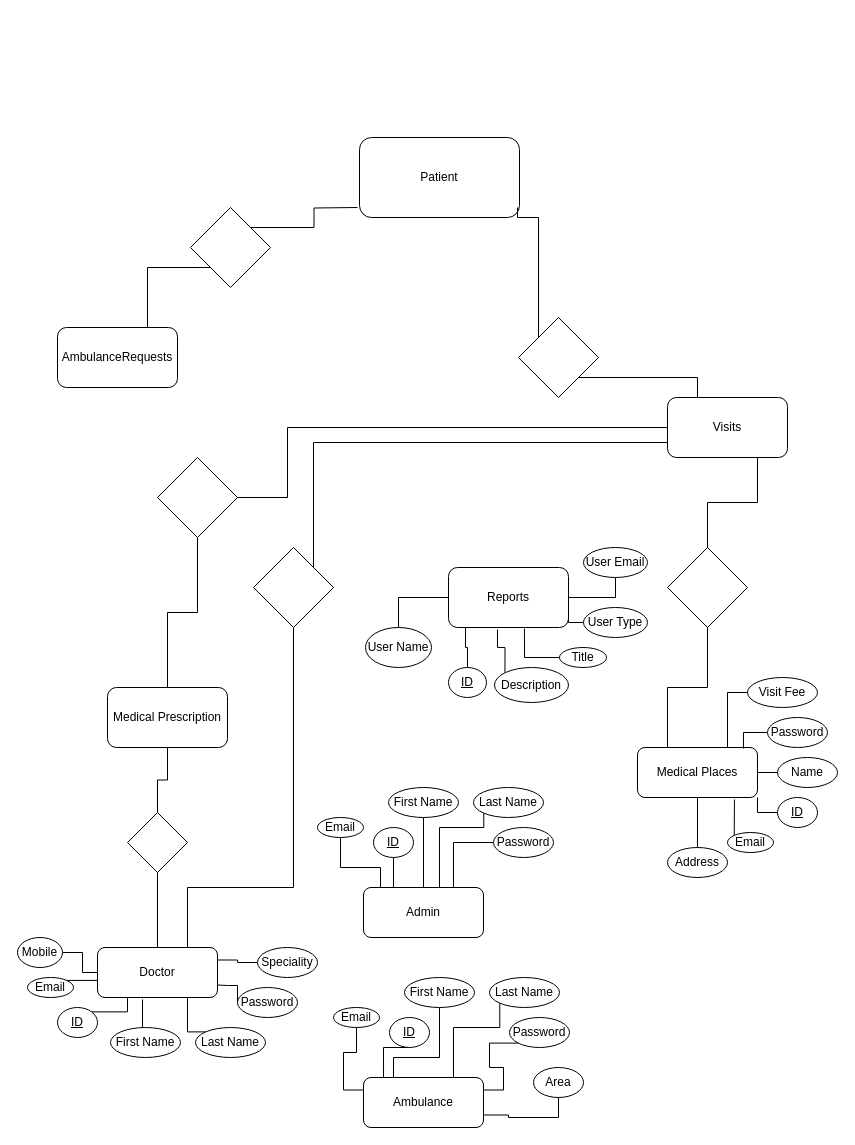
Before: ERD.drawio in abdelrahmanbonna/Healthy_Shield_Analysis, a draw.io diagram. Source tidied: cells renumbered, new cells numbered last; positions are measured from the earlier drawing's top-left corner, leaving out a move shared by most shapes. Both pictures are drawn from the tidied source at 100%, with x=0, y=0 at pixel (17, 137).
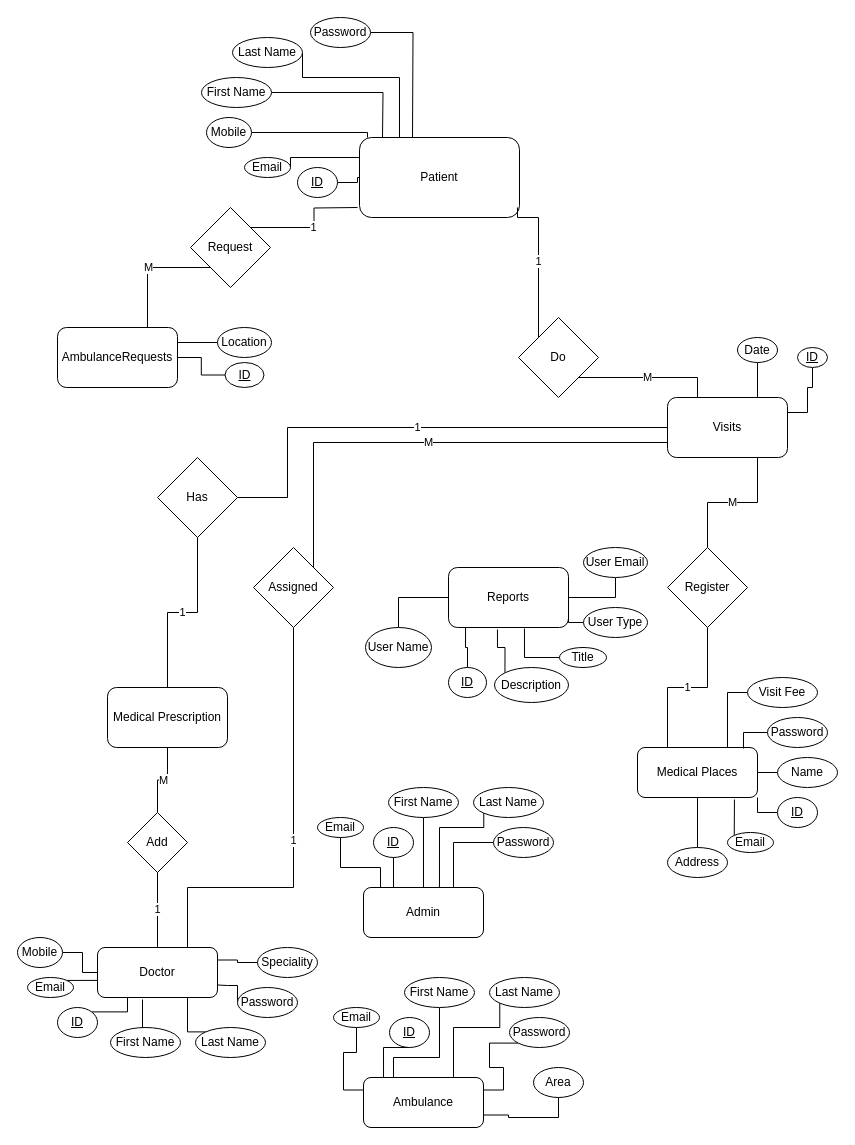
The same diagram, later.

Unchanged cells that the change refers to:
```xml
<mxCell id="2" value="Patient" style="rounded=1;whiteSpace=wrap;html=1;" parent="1" vertex="1">
  <mxGeometry x="342" width="160" height="80" as="geometry" />
</mxCell>
<mxCell id="6" value="Doctor" style="rounded=1;whiteSpace=wrap;html=1;" parent="1" vertex="1">
  <mxGeometry x="80" y="810" width="120" height="50" as="geometry" />
</mxCell>
<mxCell id="7" value="Medical Places" style="rounded=1;whiteSpace=wrap;html=1;" parent="1" vertex="1">
  <mxGeometry x="620" y="610" width="120" height="50" as="geometry" />
</mxCell>
<mxCell id="8" value="AmbulanceRequests" style="rounded=1;whiteSpace=wrap;html=1;" parent="1" vertex="1">
  <mxGeometry x="40" y="190" width="120" height="60" as="geometry" />
</mxCell>
<mxCell id="10" value="Visits" style="rounded=1;whiteSpace=wrap;html=1;" parent="1" vertex="1">
  <mxGeometry x="650" y="260" width="120" height="60" as="geometry" />
</mxCell>
<mxCell id="11" value="Medical Prescription" style="rounded=1;whiteSpace=wrap;html=1;" parent="1" vertex="1">
  <mxGeometry x="90" y="550" width="120" height="60" as="geometry" />
</mxCell>
```

The edit, as a diff of the source:
```diff
@@
-    <mxCell id="5" style="edgeStyle=orthogonalEdgeStyle;rounded=0;jettySize=auto;html=1;exitX=0.5;exitY=0;exitDx=0;exitDy=0;entryX=0.5;entryY=1;entryDx=0;entryDy=0;endArrow=none;endFill=0;" parent="1" edge="1" source="6" target="54">
+    <mxCell id="5" value="1" style="edgeStyle=orthogonalEdgeStyle;rounded=0;jettySize=auto;html=1;exitX=0.5;exitY=0;exitDx=0;exitDy=0;entryX=0.5;entryY=1;entryDx=0;entryDy=0;endArrow=none;endFill=0;" parent="1" edge="1" source="6" target="54">
       <mxGeometry relative="1" as="geometry" />
     </mxCell>
@@
-    <mxCell id="9" style="edgeStyle=orthogonalEdgeStyle;rounded=0;jettySize=auto;html=1;exitX=0.25;exitY=0;exitDx=0;exitDy=0;entryX=1;entryY=1;entryDx=0;entryDy=0;endArrow=none;endFill=0;" parent="1" edge="1" source="10" target="84">
+    <mxCell id="9" value="M" style="edgeStyle=orthogonalEdgeStyle;rounded=0;jettySize=auto;html=1;exitX=0.25;exitY=0;exitDx=0;exitDy=0;entryX=1;entryY=1;entryDx=0;entryDy=0;endArrow=none;endFill=0;" parent="1" edge="1" source="10" target="84">
       <mxGeometry relative="1" as="geometry" />
     </mxCell>
@@
-    <mxCell id="53" style="edgeStyle=orthogonalEdgeStyle;rounded=0;jettySize=auto;html=1;exitX=0.5;exitY=0;exitDx=0;exitDy=0;endArrow=none;endFill=0;" parent="1" edge="1" source="54" target="11">
+    <mxCell id="53" value="M" style="edgeStyle=orthogonalEdgeStyle;rounded=0;jettySize=auto;html=1;exitX=0.5;exitY=0;exitDx=0;exitDy=0;endArrow=none;endFill=0;" parent="1" edge="1" source="54" target="11">
       <mxGeometry relative="1" as="geometry" />
     </mxCell>
-    <mxCell id="54" style="rhombus;whiteSpace=wrap;html=1;" parent="1" vertex="1">
+    <mxCell id="54" value="Add" style="rhombus;whiteSpace=wrap;html=1;" parent="1" vertex="1">
       <mxGeometry x="110" y="675" width="60" height="60" as="geometry" />
     </mxCell>
@@
-    <mxCell id="71" style="edgeStyle=orthogonalEdgeStyle;rounded=0;jettySize=auto;html=1;exitX=0;exitY=1;exitDx=0;exitDy=0;entryX=0.75;entryY=0;entryDx=0;entryDy=0;endArrow=none;endFill=0;" parent="1" edge="1" source="73" target="8">
+    <mxCell id="71" value="M" style="edgeStyle=orthogonalEdgeStyle;rounded=0;jettySize=auto;html=1;exitX=0;exitY=1;exitDx=0;exitDy=0;entryX=0.75;entryY=0;entryDx=0;entryDy=0;endArrow=none;endFill=0;" parent="1" edge="1" source="73" target="8">
       <mxGeometry relative="1" as="geometry" />
     </mxCell>
-    <mxCell id="72" style="edgeStyle=orthogonalEdgeStyle;rounded=0;jettySize=auto;html=1;exitX=1;exitY=0;exitDx=0;exitDy=0;endArrow=none;endFill=0;" parent="1" edge="1" source="73">
+    <mxCell id="72" value="1" style="edgeStyle=orthogonalEdgeStyle;rounded=0;jettySize=auto;html=1;exitX=1;exitY=0;exitDx=0;exitDy=0;endArrow=none;endFill=0;" parent="1" edge="1" source="73">
       <mxGeometry relative="1" as="geometry">
         <mxPoint x="340" y="70" as="targetPoint" />
       </mxGeometry>
     </mxCell>
-    <mxCell id="73" style="rhombus;whiteSpace=wrap;html=1;" parent="1" vertex="1">
+    <mxCell id="73" value="Request" style="rhombus;whiteSpace=wrap;html=1;" parent="1" vertex="1">
       <mxGeometry x="173" y="70" width="80" height="80" as="geometry" />
     </mxCell>
-    <mxCell id="74" style="edgeStyle=orthogonalEdgeStyle;rounded=0;jettySize=auto;html=1;exitX=0.5;exitY=1;exitDx=0;exitDy=0;entryX=0.25;entryY=0;entryDx=0;entryDy=0;endArrow=none;endFill=0;" parent="1" edge="1" source="76" target="7">
+    <mxCell id="74" value="1" style="edgeStyle=orthogonalEdgeStyle;rounded=0;jettySize=auto;html=1;exitX=0.5;exitY=1;exitDx=0;exitDy=0;entryX=0.25;entryY=0;entryDx=0;entryDy=0;endArrow=none;endFill=0;" parent="1" edge="1" source="76" target="7">
       <mxGeometry relative="1" as="geometry" />
     </mxCell>
-    <mxCell id="75" style="edgeStyle=orthogonalEdgeStyle;rounded=0;jettySize=auto;html=1;exitX=0.5;exitY=0;exitDx=0;exitDy=0;entryX=0.75;entryY=1;entryDx=0;entryDy=0;endArrow=none;endFill=0;" parent="1" edge="1" source="76" target="10">
+    <mxCell id="75" value="M" style="edgeStyle=orthogonalEdgeStyle;rounded=0;jettySize=auto;html=1;exitX=0.5;exitY=0;exitDx=0;exitDy=0;entryX=0.75;entryY=1;entryDx=0;entryDy=0;endArrow=none;endFill=0;" parent="1" edge="1" source="76" target="10">
       <mxGeometry relative="1" as="geometry" />
     </mxCell>
-    <mxCell id="76" style="rhombus;whiteSpace=wrap;html=1;" parent="1" vertex="1">
+    <mxCell id="76" value="Register" style="rhombus;whiteSpace=wrap;html=1;" parent="1" vertex="1">
       <mxGeometry x="650" y="410" width="80" height="80" as="geometry" />
     </mxCell>
-    <mxCell id="77" style="edgeStyle=orthogonalEdgeStyle;rounded=0;jettySize=auto;html=1;exitX=0.5;exitY=1;exitDx=0;exitDy=0;entryX=0.5;entryY=0;entryDx=0;entryDy=0;endArrow=none;endFill=0;" parent="1" edge="1" source="79" target="11">
+    <mxCell id="77" value="1" style="edgeStyle=orthogonalEdgeStyle;rounded=0;jettySize=auto;html=1;exitX=0.5;exitY=1;exitDx=0;exitDy=0;entryX=0.5;entryY=0;entryDx=0;entryDy=0;endArrow=none;endFill=0;" parent="1" edge="1" source="79" target="11">
       <mxGeometry relative="1" as="geometry" />
     </mxCell>
-    <mxCell id="78" style="edgeStyle=orthogonalEdgeStyle;rounded=0;jettySize=auto;html=1;exitX=1;exitY=0.5;exitDx=0;exitDy=0;entryX=0;entryY=0.5;entryDx=0;entryDy=0;endArrow=none;endFill=0;" parent="1" edge="1" source="79" target="10">
+    <mxCell id="78" value="1" style="edgeStyle=orthogonalEdgeStyle;rounded=0;jettySize=auto;html=1;exitX=1;exitY=0.5;exitDx=0;exitDy=0;entryX=0;entryY=0.5;entryDx=0;entryDy=0;endArrow=none;endFill=0;" parent="1" edge="1" source="79" target="10">
       <mxGeometry relative="1" as="geometry">
         <Array as="points">
           <mxPoint x="270" y="360" />
           <mxPoint x="270" y="290" />
         </Array>
       </mxGeometry>
     </mxCell>
-    <mxCell id="79" style="rhombus;whiteSpace=wrap;html=1;" parent="1" vertex="1">
+    <mxCell id="79" value="Has" style="rhombus;whiteSpace=wrap;html=1;" parent="1" vertex="1">
       <mxGeometry x="140" y="320" width="80" height="80" as="geometry" />
     </mxCell>
-    <mxCell id="80" style="edgeStyle=orthogonalEdgeStyle;rounded=0;jettySize=auto;html=1;exitX=0.5;exitY=1;exitDx=0;exitDy=0;entryX=0.75;entryY=0;entryDx=0;entryDy=0;endArrow=none;endFill=0;" parent="1" edge="1" source="82" target="6">
+    <mxCell id="80" value="1" style="edgeStyle=orthogonalEdgeStyle;rounded=0;jettySize=auto;html=1;exitX=0.5;exitY=1;exitDx=0;exitDy=0;entryX=0.75;entryY=0;entryDx=0;entryDy=0;endArrow=none;endFill=0;" parent="1" edge="1" source="82" target="6">
       <mxGeometry relative="1" as="geometry">
         <Array as="points">
           <mxPoint x="276" y="750" />
           <mxPoint x="170" y="750" />
         </Array>
       </mxGeometry>
     </mxCell>
-    <mxCell id="81" style="edgeStyle=orthogonalEdgeStyle;rounded=0;jettySize=auto;html=1;exitX=1;exitY=0;exitDx=0;exitDy=0;entryX=0;entryY=0.75;entryDx=0;entryDy=0;endArrow=none;endFill=0;" parent="1" edge="1" source="82" target="10">
+    <mxCell id="81" value="M" style="edgeStyle=orthogonalEdgeStyle;rounded=0;jettySize=auto;html=1;exitX=1;exitY=0;exitDx=0;exitDy=0;entryX=0;entryY=0.75;entryDx=0;entryDy=0;endArrow=none;endFill=0;" parent="1" edge="1" source="82" target="10">
       <mxGeometry relative="1" as="geometry">
         <Array as="points">
           <mxPoint x="296" y="305" />
         </Array>
       </mxGeometry>
     </mxCell>
-    <mxCell id="82" style="rhombus;whiteSpace=wrap;html=1;" parent="1" vertex="1">
+    <mxCell id="82" value="Assigned" style="rhombus;whiteSpace=wrap;html=1;" parent="1" vertex="1">
       <mxGeometry x="236" y="410" width="80" height="80" as="geometry" />
     </mxCell>
-    <mxCell id="83" style="edgeStyle=orthogonalEdgeStyle;rounded=0;jettySize=auto;html=1;exitX=0;exitY=0;exitDx=0;exitDy=0;endArrow=none;endFill=0;" parent="1" edge="1" source="84">
+    <mxCell id="83" value="1" style="edgeStyle=orthogonalEdgeStyle;rounded=0;jettySize=auto;html=1;exitX=0;exitY=0;exitDx=0;exitDy=0;endArrow=none;endFill=0;" parent="1" edge="1" source="84">
       <mxGeometry relative="1" as="geometry">
         <mxPoint x="500" y="70" as="targetPoint" />
         <Array as="points">
           <mxPoint x="521" y="80" />
         </Array>
       </mxGeometry>
     </mxCell>
-    <mxCell id="84" style="rhombus;whiteSpace=wrap;html=1;" parent="1" vertex="1">
+    <mxCell id="84" value="Do" style="rhombus;whiteSpace=wrap;html=1;" parent="1" vertex="1">
       <mxGeometry x="501" y="180" width="80" height="80" as="geometry" />
     </mxCell>
@@
+    <mxCell id="89" style="edgeStyle=orthogonalEdgeStyle;rounded=0;jettySize=auto;html=1;exitX=0;exitY=0.5;exitDx=0;exitDy=0;entryX=1;entryY=0.25;entryDx=0;entryDy=0;endArrow=none;endFill=0;" parent="1" edge="1" source="90" target="8">
+      <mxGeometry relative="1" as="geometry" />
+    </mxCell>
+    <mxCell id="90" value="Location" style="ellipse;whiteSpace=wrap;html=1;" parent="1" vertex="1">
+      <mxGeometry x="200" y="190" width="54" height="30" as="geometry" />
+    </mxCell>
+    <mxCell id="91" style="edgeStyle=orthogonalEdgeStyle;rounded=0;jettySize=auto;html=1;exitX=0;exitY=0.5;exitDx=0;exitDy=0;entryX=1;entryY=0.5;entryDx=0;entryDy=0;endArrow=none;endFill=0;" parent="1" edge="1" source="92" target="8">
+      <mxGeometry relative="1" as="geometry" />
+    </mxCell>
+    <mxCell id="92" value="ID" style="ellipse;whiteSpace=wrap;html=1;fontStyle=4;" parent="1" vertex="1">
+      <mxGeometry x="207.5" y="225" width="39" height="25" as="geometry" />
+    </mxCell>
+    <mxCell id="93" style="edgeStyle=orthogonalEdgeStyle;rounded=0;jettySize=auto;html=1;exitX=0.5;exitY=1;exitDx=0;exitDy=0;entryX=0.75;entryY=0;entryDx=0;entryDy=0;endArrow=none;endFill=0;" parent="1" edge="1" source="94" target="10">
+      <mxGeometry relative="1" as="geometry" />
+    </mxCell>
+    <mxCell id="94" value="Date" style="ellipse;whiteSpace=wrap;html=1;" parent="1" vertex="1">
+      <mxGeometry x="720" y="200" width="40" height="25" as="geometry" />
+    </mxCell>
+    <mxCell id="95" style="edgeStyle=orthogonalEdgeStyle;rounded=0;jettySize=auto;html=1;endArrow=none;endFill=0;entryX=1;entryY=0.25;entryDx=0;entryDy=0;" parent="1" edge="1" source="96" target="10">
+      <mxGeometry relative="1" as="geometry">
+        <Array as="points">
+          <mxPoint x="795" y="250" />
+          <mxPoint x="790" y="250" />
+          <mxPoint x="790" y="275" />
+        </Array>
+      </mxGeometry>
+    </mxCell>
+    <mxCell id="96" value="ID" style="ellipse;whiteSpace=wrap;html=1;fontStyle=4;" parent="1" vertex="1">
+      <mxGeometry x="780" y="210" width="30" height="20" as="geometry" />
+    </mxCell>
+    <mxCell id="97" style="edgeStyle=orthogonalEdgeStyle;rounded=0;jettySize=auto;html=1;exitX=1;exitY=0.5;exitDx=0;exitDy=0;endArrow=none;endFill=0;" parent="1" edge="1" source="98" target="2">
+      <mxGeometry relative="1" as="geometry" />
+    </mxCell>
+    <mxCell id="98" value="&lt;u&gt;ID&lt;/u&gt;" style="ellipse;whiteSpace=wrap;html=1;" parent="1" vertex="1">
+      <mxGeometry x="280" y="30" width="40" height="30" as="geometry" />
+    </mxCell>
+    <mxCell id="99" style="edgeStyle=orthogonalEdgeStyle;rounded=0;jettySize=auto;html=1;exitX=1;exitY=0.5;exitDx=0;exitDy=0;endArrow=none;endFill=0;" parent="1" edge="1" source="100">
+      <mxGeometry relative="1" as="geometry">
+        <mxPoint x="365" as="targetPoint" />
+      </mxGeometry>
+    </mxCell>
+    <mxCell id="100" value="First Name" style="ellipse;whiteSpace=wrap;html=1;" parent="1" vertex="1">
+      <mxGeometry x="184" y="-60" width="70" height="30" as="geometry" />
+    </mxCell>
+    <mxCell id="101" style="edgeStyle=orthogonalEdgeStyle;rounded=0;jettySize=auto;html=1;exitX=1;exitY=0.5;exitDx=0;exitDy=0;entryX=0.25;entryY=0;entryDx=0;entryDy=0;endArrow=none;endFill=0;" parent="1" edge="1" source="102" target="2">
+      <mxGeometry relative="1" as="geometry">
+        <Array as="points">
+          <mxPoint x="285" y="-60" />
+          <mxPoint x="382" y="-60" />
+        </Array>
+      </mxGeometry>
+    </mxCell>
+    <mxCell id="102" value="Last Name" style="ellipse;whiteSpace=wrap;html=1;" parent="1" vertex="1">
+      <mxGeometry x="215" y="-100" width="70" height="30" as="geometry" />
+    </mxCell>
+    <mxCell id="103" style="edgeStyle=orthogonalEdgeStyle;rounded=0;jettySize=auto;html=1;exitX=1;exitY=0.5;exitDx=0;exitDy=0;entryX=0;entryY=0.25;entryDx=0;entryDy=0;endArrow=none;endFill=0;" parent="1" edge="1" source="104" target="2">
+      <mxGeometry relative="1" as="geometry">
+        <Array as="points">
+          <mxPoint x="273" y="20" />
+        </Array>
+      </mxGeometry>
+    </mxCell>
+    <mxCell id="104" value="Email" style="ellipse;whiteSpace=wrap;html=1;" parent="1" vertex="1">
+      <mxGeometry x="227" y="20" width="46" height="20" as="geometry" />
+    </mxCell>
+    <mxCell id="105" style="edgeStyle=orthogonalEdgeStyle;rounded=0;jettySize=auto;html=1;exitX=1;exitY=0.5;exitDx=0;exitDy=0;endArrow=none;endFill=0;" parent="1" edge="1" source="106">
+      <mxGeometry relative="1" as="geometry">
+        <mxPoint x="395" as="targetPoint" />
+      </mxGeometry>
+    </mxCell>
+    <mxCell id="106" value="Password" style="ellipse;whiteSpace=wrap;html=1;" parent="1" vertex="1">
+      <mxGeometry x="293" y="-120" width="60" height="30" as="geometry" />
+    </mxCell>
+    <mxCell id="107" style="edgeStyle=orthogonalEdgeStyle;rounded=0;jettySize=auto;html=1;exitX=1;exitY=0.5;exitDx=0;exitDy=0;entryX=0.05;entryY=0;entryDx=0;entryDy=0;entryPerimeter=0;endArrow=none;endFill=0;" parent="1" edge="1" source="108" target="2">
+      <mxGeometry relative="1" as="geometry">
+        <Array as="points">
+          <mxPoint x="350" y="-5" />
+        </Array>
+      </mxGeometry>
+    </mxCell>
+    <mxCell id="108" value="Mobile" style="ellipse;whiteSpace=wrap;html=1;" parent="1" vertex="1">
+      <mxGeometry x="189" y="-20" width="45" height="30" as="geometry" />
+    </mxCell>
```
